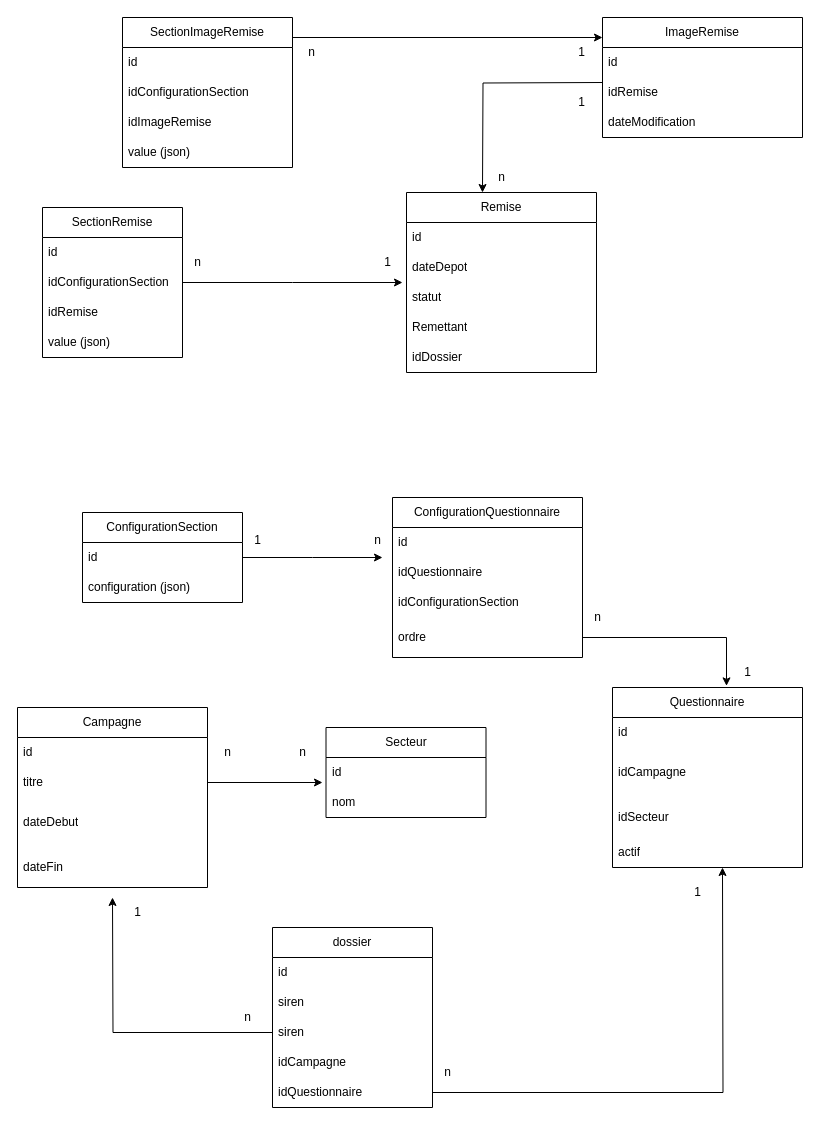
This is MPD-REM-DOS.drawio from hamzabelk/conception, a draw.io file, before an edit. Source tidied: cells renumbered, new cells numbered last; positions are measured from the earlier drawing's top-left corner, leaving out a move shared by most shapes. Both pictures are drawn from the tidied source at 100%, with x=0, y=0 at pixel (17, 17).
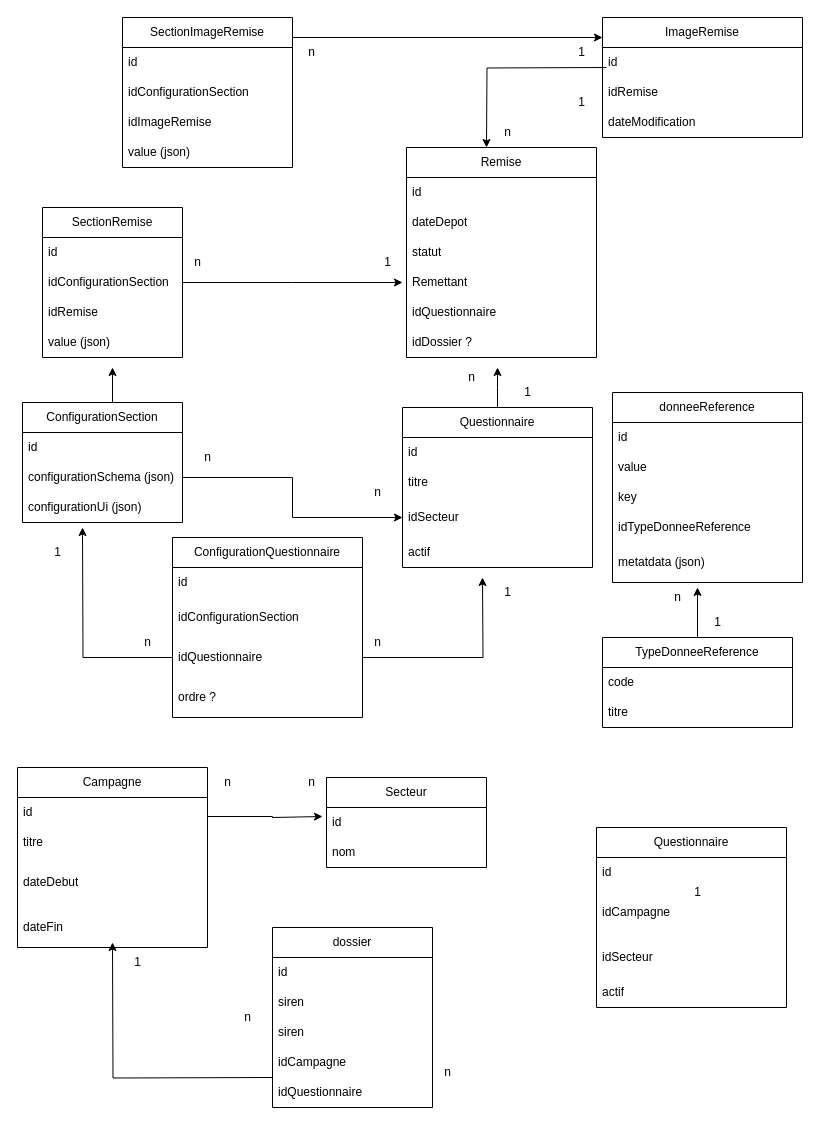
After the change.

Unchanged cells that the change refers to:
```xml
<mxCell id="15" value="id" style="text;strokeColor=none;fillColor=none;align=left;verticalAlign=middle;spacingLeft=4;spacingRight=4;overflow=hidden;points=[[0,0.5],[1,0.5]];portConstraint=eastwest;whiteSpace=wrap;html=1;" parent="13" vertex="1">
  <mxGeometry y="30" width="160" height="30" as="geometry" />
</mxCell>
<mxCell id="31" value="titre" style="text;strokeColor=none;fillColor=none;align=left;verticalAlign=middle;spacingLeft=4;spacingRight=4;overflow=hidden;points=[[0,0.5],[1,0.5]];portConstraint=eastwest;whiteSpace=wrap;html=1;" parent="28" vertex="1">
  <mxGeometry y="60" width="190" height="30" as="geometry" />
</mxCell>
<mxCell id="49" value="dossier" style="swimlane;fontStyle=0;horizontal=1;startSize=30;whiteSpace=wrap;html=1;" parent="1" vertex="1">
  <mxGeometry x="255" y="910" width="160" height="180" as="geometry" />
</mxCell>
<mxCell id="53" value="&lt;div&gt;&lt;div&gt;siren&lt;/div&gt;&lt;/div&gt;" style="text;strokeColor=none;fillColor=none;align=left;verticalAlign=middle;spacingLeft=4;spacingRight=4;overflow=hidden;points=[[0,0.5],[1,0.5]];portConstraint=eastwest;whiteSpace=wrap;html=1;" parent="49" vertex="1">
  <mxGeometry y="90" width="160" height="30" as="geometry" />
</mxCell>
<mxCell id="56" value="&lt;div&gt;&lt;div&gt;idQuestionnaire&lt;/div&gt;&lt;/div&gt;" style="text;strokeColor=none;fillColor=none;align=left;verticalAlign=middle;spacingLeft=4;spacingRight=4;overflow=hidden;points=[[0,0.5],[1,0.5]];portConstraint=eastwest;whiteSpace=wrap;html=1;" parent="49" vertex="1">
  <mxGeometry y="150" width="160" height="30" as="geometry" />
</mxCell>
```

Change to the diagram source:
```diff
@@
     <mxCell id="2" value="Remise" style="swimlane;fontStyle=0;horizontal=1;startSize=30;whiteSpace=wrap;html=1;" parent="1" vertex="1">
-      <mxGeometry x="389" y="175" width="190" height="180" as="geometry" />
+      <mxGeometry x="389" y="130" width="190" height="210" as="geometry" />
     </mxCell>
@@
+    <mxCell id="73" value="idQuestionnaire" style="text;strokeColor=none;fillColor=none;align=left;verticalAlign=middle;spacingLeft=4;spacingRight=4;overflow=hidden;whiteSpace=wrap;html=1;" parent="2" vertex="1">
+      <mxGeometry y="150" width="190" height="30" as="geometry" />
+    </mxCell>
-    <mxCell id="7" value="idDossier" style="text;strokeColor=none;fillColor=none;align=left;verticalAlign=middle;spacingLeft=4;spacingRight=4;overflow=hidden;whiteSpace=wrap;html=1;" parent="2" vertex="1">
-      <mxGeometry y="150" width="190" height="30" as="geometry" />
+    <mxCell id="7" value="idDossier ?" style="text;strokeColor=none;fillColor=none;align=left;verticalAlign=middle;spacingLeft=4;spacingRight=4;overflow=hidden;whiteSpace=wrap;html=1;" parent="2" vertex="1">
+      <mxGeometry y="180" width="190" height="30" as="geometry" />
     </mxCell>
     <mxCell id="8" value="Questionnaire" style="swimlane;fontStyle=0;horizontal=1;startSize=30;whiteSpace=wrap;html=1;" parent="1" vertex="1">
-      <mxGeometry x="595" y="670" width="190" height="180" as="geometry" />
+      <mxGeometry x="579" y="810" width="190" height="180" as="geometry" />
     </mxCell>
@@
+    <mxCell id="74" style="edgeStyle=orthogonalEdgeStyle;rounded=0;jettySize=auto;html=1;exitX=0.5;exitY=0;exitDx=0;exitDy=0;" parent="1" edge="1" source="13">
+      <mxGeometry relative="1" as="geometry">
+        <mxPoint x="95" y="350" as="targetPoint" />
+      </mxGeometry>
+    </mxCell>
     <mxCell id="13" value="ConfigurationSection" style="swimlane;fontStyle=0;horizontal=1;startSize=30;whiteSpace=wrap;html=1;" parent="1" vertex="1">
-      <mxGeometry x="65" y="495" width="160" height="90" as="geometry" />
+      <mxGeometry x="5" y="385" width="160" height="120" as="geometry" />
     </mxCell>
-    <mxCell id="14" style="edgeStyle=orthogonalEdgeStyle;rounded=0;jettySize=auto;html=1;" parent="13" edge="1" source="15">
-      <mxGeometry relative="1" as="geometry">
-        <mxPoint x="300" y="45" as="targetPoint" />
-      </mxGeometry>
-    </mxCell>
@@
+    <mxCell id="75" value="configurationSchema (json)" style="text;strokeColor=none;fillColor=none;align=left;verticalAlign=middle;spacingLeft=4;spacingRight=4;overflow=hidden;points=[[0,0.5],[1,0.5]];portConstraint=eastwest;whiteSpace=wrap;html=1;" parent="13" vertex="1">
+      <mxGeometry y="60" width="160" height="30" as="geometry" />
+    </mxCell>
-    <mxCell id="16" value="configuration (json)" style="text;strokeColor=none;fillColor=none;align=left;verticalAlign=middle;spacingLeft=4;spacingRight=4;overflow=hidden;whiteSpace=wrap;html=1;" parent="13" vertex="1">
-      <mxGeometry y="60" width="160" height="30" as="geometry" />
+    <mxCell id="16" value="configurationUi (json)" style="text;strokeColor=none;fillColor=none;align=left;verticalAlign=middle;spacingLeft=4;spacingRight=4;overflow=hidden;whiteSpace=wrap;html=1;" parent="13" vertex="1">
+      <mxGeometry y="90" width="160" height="30" as="geometry" />
     </mxCell>
@@
     <mxCell id="23" style="edgeStyle=orthogonalEdgeStyle;rounded=0;orthogonalLoop=1;jettySize=auto;html=1;" parent="1" edge="1">
       <mxGeometry relative="1" as="geometry">
-        <mxPoint x="585" y="65" as="sourcePoint" />
-        <mxPoint x="465" y="175" as="targetPoint" />
+        <mxPoint x="589" y="50" as="sourcePoint" />
+        <mxPoint x="469" y="130" as="targetPoint" />
       </mxGeometry>
     </mxCell>
@@
     <mxCell id="28" value="Campagne" style="swimlane;fontStyle=0;horizontal=1;startSize=30;whiteSpace=wrap;html=1;" parent="1" vertex="1">
-      <mxGeometry y="690" width="190" height="180" as="geometry" />
+      <mxGeometry y="750" width="190" height="180" as="geometry" />
     </mxCell>
@@
-    <mxCell id="30" style="edgeStyle=orthogonalEdgeStyle;rounded=0;jettySize=auto;html=1;" parent="28" edge="1" source="31">
-      <mxGeometry relative="1" as="geometry">
-        <mxPoint x="305" y="75" as="targetPoint" />
-      </mxGeometry>
-    </mxCell>
@@
     <mxCell id="34" value="Secteur" style="swimlane;fontStyle=0;horizontal=1;startSize=30;whiteSpace=wrap;html=1;" parent="1" vertex="1">
-      <mxGeometry x="308.5" y="710" width="160" height="90" as="geometry" />
+      <mxGeometry x="309" y="760" width="160" height="90" as="geometry" />
     </mxCell>
@@
     <mxCell id="37" value="ConfigurationQuestionnaire" style="swimlane;fontStyle=0;horizontal=1;startSize=30;whiteSpace=wrap;html=1;" parent="1" vertex="1">
-      <mxGeometry x="375" y="480" width="190" height="160" as="geometry" />
+      <mxGeometry x="155" y="520" width="190" height="180" as="geometry" />
     </mxCell>
@@
-    <mxCell id="39" value="idQuestionnaire" style="text;strokeColor=none;fillColor=none;align=left;verticalAlign=middle;spacingLeft=4;spacingRight=4;overflow=hidden;whiteSpace=wrap;html=1;" parent="37" vertex="1">
-      <mxGeometry y="60" width="190" height="30" as="geometry" />
-    </mxCell>
     <mxCell id="40" value="idConfigurationSection" style="text;strokeColor=none;fillColor=none;align=left;verticalAlign=middle;spacingLeft=4;spacingRight=4;overflow=hidden;whiteSpace=wrap;html=1;" parent="37" vertex="1">
-      <mxGeometry y="90" width="190" height="30" as="geometry" />
+      <mxGeometry y="60" width="190" height="40" as="geometry" />
     </mxCell>
+    <mxCell id="76" style="edgeStyle=orthogonalEdgeStyle;rounded=0;jettySize=auto;html=1;" parent="37" edge="1" source="78">
+      <mxGeometry relative="1" as="geometry">
+        <mxPoint x="310" y="40" as="targetPoint" />
+      </mxGeometry>
+    </mxCell>
+    <mxCell id="77" style="edgeStyle=orthogonalEdgeStyle;rounded=0;jettySize=auto;html=1;" parent="37" edge="1" source="78">
+      <mxGeometry relative="1" as="geometry">
+        <mxPoint x="-90" y="-10" as="targetPoint" />
+      </mxGeometry>
+    </mxCell>
+    <mxCell id="78" value="idQuestionnaire" style="text;strokeColor=none;fillColor=none;align=left;verticalAlign=middle;spacingLeft=4;spacingRight=4;overflow=hidden;points=[[0,0.5],[1,0.5]];portConstraint=eastwest;whiteSpace=wrap;html=1;" parent="37" vertex="1">
+      <mxGeometry y="100" width="190" height="40" as="geometry" />
+    </mxCell>
-    <mxCell id="41" value="ordre" style="text;strokeColor=none;fillColor=none;align=left;verticalAlign=middle;spacingLeft=4;spacingRight=4;overflow=hidden;points=[[0,0.5],[1,0.5]];portConstraint=eastwest;whiteSpace=wrap;html=1;" parent="37" vertex="1">
-      <mxGeometry y="120" width="190" height="40" as="geometry" />
+    <mxCell id="41" value="ordre ?" style="text;strokeColor=none;fillColor=none;align=left;verticalAlign=middle;spacingLeft=4;spacingRight=4;overflow=hidden;points=[[0,0.5],[1,0.5]];portConstraint=eastwest;whiteSpace=wrap;html=1;" parent="37" vertex="1">
+      <mxGeometry y="140" width="190" height="40" as="geometry" />
     </mxCell>
-    <mxCell id="42" value="1" style="text;html=1;align=center;verticalAlign=middle;strokeColor=none;fillColor=none;" parent="1" vertex="1">
-      <mxGeometry x="225" y="508" width="30" height="30" as="geometry" />
-    </mxCell>
-    <mxCell id="43" value="n" style="text;html=1;align=center;verticalAlign=middle;strokeColor=none;fillColor=none;" parent="1" vertex="1">
-      <mxGeometry x="345" y="508" width="30" height="30" as="geometry" />
-    </mxCell>
-    <mxCell id="44" style="edgeStyle=orthogonalEdgeStyle;rounded=0;jettySize=auto;html=1;entryX=0.6;entryY=-0.009;entryDx=0;entryDy=0;entryPerimeter=0;" parent="1" edge="1" source="41" target="8">
-      <mxGeometry relative="1" as="geometry" />
-    </mxCell>
-    <mxCell id="45" value="n" style="text;html=1;align=center;verticalAlign=middle;strokeColor=none;fillColor=none;" parent="1" vertex="1">
-      <mxGeometry x="565" y="585" width="30" height="30" as="geometry" />
-    </mxCell>
-    <mxCell id="46" value="1" style="text;html=1;align=center;verticalAlign=middle;strokeColor=none;fillColor=none;" parent="1" vertex="1">
-      <mxGeometry x="715" y="640" width="30" height="30" as="geometry" />
-    </mxCell>
     <mxCell id="47" value="n" style="text;html=1;align=center;verticalAlign=middle;strokeColor=none;fillColor=none;" parent="1" vertex="1">
-      <mxGeometry x="270" y="720" width="30" height="30" as="geometry" />
+      <mxGeometry x="278.5" y="750" width="30" height="30" as="geometry" />
     </mxCell>
     <mxCell id="48" value="n" style="text;html=1;align=center;verticalAlign=middle;strokeColor=none;fillColor=none;" parent="1" vertex="1">
-      <mxGeometry x="195" y="720" width="30" height="30" as="geometry" />
+      <mxGeometry x="195" y="750" width="30" height="30" as="geometry" />
     </mxCell>
@@
-    <mxCell id="52" style="edgeStyle=orthogonalEdgeStyle;rounded=0;jettySize=auto;html=1;" parent="49" edge="1" source="53">
-      <mxGeometry relative="1" as="geometry">
-        <mxPoint x="-160" y="-30" as="targetPoint" />
-      </mxGeometry>
-    </mxCell>
@@
-    <mxCell id="54" style="edgeStyle=orthogonalEdgeStyle;rounded=0;jettySize=auto;html=1;" parent="49" edge="1" source="56">
-      <mxGeometry relative="1" as="geometry">
-        <mxPoint x="450" y="-60" as="targetPoint" />
-      </mxGeometry>
-    </mxCell>
@@
     <mxCell id="60" value="1" style="text;html=1;align=center;verticalAlign=middle;strokeColor=none;fillColor=none;" parent="1" vertex="1">
-      <mxGeometry x="105" y="880" width="30" height="30" as="geometry" />
+      <mxGeometry x="105" y="930" width="30" height="30" as="geometry" />
     </mxCell>
@@
-    <mxCell id="64" value="n" style="text;html=1;align=center;verticalAlign=middle;strokeColor=none;fillColor=none;" parent="1" vertex="1">
-      <mxGeometry x="469" y="145" width="30" height="30" as="geometry" />
-    </mxCell>
@@
+    <mxCell id="79" value="n" style="text;html=1;align=center;verticalAlign=middle;strokeColor=none;fillColor=none;" parent="1" vertex="1">
+      <mxGeometry x="345" y="460" width="30" height="30" as="geometry" />
+    </mxCell>
+    <mxCell id="80" style="edgeStyle=orthogonalEdgeStyle;rounded=0;jettySize=auto;html=1;" parent="1" edge="1" source="81">
+      <mxGeometry relative="1" as="geometry">
+        <mxPoint x="480" y="350" as="targetPoint" />
+      </mxGeometry>
+    </mxCell>
+    <mxCell id="81" value="Questionnaire" style="swimlane;fontStyle=0;horizontal=1;startSize=30;whiteSpace=wrap;html=1;" parent="1" vertex="1">
+      <mxGeometry x="385" y="390" width="190" height="160" as="geometry" />
+    </mxCell>
+    <mxCell id="82" value="id" style="text;strokeColor=none;fillColor=none;align=left;verticalAlign=middle;spacingLeft=4;spacingRight=4;overflow=hidden;whiteSpace=wrap;html=1;" parent="81" vertex="1">
+      <mxGeometry y="30" width="190" height="30" as="geometry" />
+    </mxCell>
+    <mxCell id="83" value="titre" style="text;strokeColor=none;fillColor=none;align=left;verticalAlign=middle;spacingLeft=4;spacingRight=4;overflow=hidden;whiteSpace=wrap;html=1;" parent="81" vertex="1">
+      <mxGeometry y="60" width="190" height="30" as="geometry" />
+    </mxCell>
+    <mxCell id="84" value="idSecteur" style="text;strokeColor=none;fillColor=none;align=left;verticalAlign=middle;spacingLeft=4;spacingRight=4;overflow=hidden;points=[[0,0.5],[1,0.5]];portConstraint=eastwest;whiteSpace=wrap;html=1;" parent="81" vertex="1">
+      <mxGeometry y="90" width="190" height="40" as="geometry" />
+    </mxCell>
+    <mxCell id="85" value="actif" style="text;strokeColor=none;fillColor=none;align=left;verticalAlign=middle;spacingLeft=4;spacingRight=4;overflow=hidden;whiteSpace=wrap;html=1;" parent="81" vertex="1">
+      <mxGeometry y="130" width="190" height="30" as="geometry" />
+    </mxCell>
+    <mxCell id="86" style="edgeStyle=orthogonalEdgeStyle;rounded=0;jettySize=auto;html=1;entryX=0;entryY=0.5;entryDx=0;entryDy=0;" parent="1" edge="1" source="75" target="84">
+      <mxGeometry relative="1" as="geometry" />
+    </mxCell>
+    <mxCell id="87" value="n" style="text;html=1;align=center;verticalAlign=middle;strokeColor=none;fillColor=none;" parent="1" vertex="1">
+      <mxGeometry x="175" y="425" width="30" height="30" as="geometry" />
+    </mxCell>
+    <mxCell id="88" value="donneeReference" style="swimlane;fontStyle=0;horizontal=1;startSize=30;whiteSpace=wrap;html=1;" parent="1" vertex="1">
+      <mxGeometry x="595" y="375" width="190" height="190" as="geometry" />
+    </mxCell>
+    <mxCell id="89" value="id" style="text;strokeColor=none;fillColor=none;align=left;verticalAlign=middle;spacingLeft=4;spacingRight=4;overflow=hidden;whiteSpace=wrap;html=1;" parent="88" vertex="1">
+      <mxGeometry y="30" width="190" height="30" as="geometry" />
+    </mxCell>
+    <mxCell id="90" value="value" style="text;strokeColor=none;fillColor=none;align=left;verticalAlign=middle;spacingLeft=4;spacingRight=4;overflow=hidden;whiteSpace=wrap;html=1;" parent="88" vertex="1">
+      <mxGeometry y="60" width="190" height="30" as="geometry" />
+    </mxCell>
+    <mxCell id="91" value="key" style="text;strokeColor=none;fillColor=none;align=left;verticalAlign=middle;spacingLeft=4;spacingRight=4;overflow=hidden;whiteSpace=wrap;html=1;" parent="88" vertex="1">
+      <mxGeometry y="90" width="190" height="30" as="geometry" />
+    </mxCell>
+    <mxCell id="92" value="idTypeDonneeReference" style="text;strokeColor=none;fillColor=none;align=left;verticalAlign=middle;spacingLeft=4;spacingRight=4;overflow=hidden;whiteSpace=wrap;html=1;" parent="88" vertex="1">
+      <mxGeometry y="120" width="190" height="30" as="geometry" />
+    </mxCell>
+    <mxCell id="93" value="metatdata (json)" style="text;strokeColor=none;fillColor=none;align=left;verticalAlign=middle;spacingLeft=4;spacingRight=4;overflow=hidden;whiteSpace=wrap;html=1;" parent="88" vertex="1">
+      <mxGeometry y="150" width="190" height="40" as="geometry" />
+    </mxCell>
+    <mxCell id="94" style="edgeStyle=orthogonalEdgeStyle;rounded=0;jettySize=auto;html=1;" parent="1" edge="1" source="95">
+      <mxGeometry relative="1" as="geometry">
+        <mxPoint x="680" y="570" as="targetPoint" />
+      </mxGeometry>
+    </mxCell>
+    <mxCell id="95" value="TypeDonneeReference" style="swimlane;fontStyle=0;horizontal=1;startSize=30;whiteSpace=wrap;html=1;" parent="1" vertex="1">
+      <mxGeometry x="585" y="620" width="190" height="90" as="geometry" />
+    </mxCell>
+    <mxCell id="96" value="code" style="text;strokeColor=none;fillColor=none;align=left;verticalAlign=middle;spacingLeft=4;spacingRight=4;overflow=hidden;whiteSpace=wrap;html=1;" parent="95" vertex="1">
+      <mxGeometry y="30" width="190" height="30" as="geometry" />
+    </mxCell>
+    <mxCell id="97" value="titre" style="text;strokeColor=none;fillColor=none;align=left;verticalAlign=middle;spacingLeft=4;spacingRight=4;overflow=hidden;whiteSpace=wrap;html=1;" parent="95" vertex="1">
+      <mxGeometry y="60" width="190" height="30" as="geometry" />
+    </mxCell>
+    <mxCell id="30" style="edgeStyle=orthogonalEdgeStyle;rounded=0;orthogonalLoop=1;jettySize=auto;html=1;" parent="1" edge="1">
+      <mxGeometry relative="1" as="geometry">
+        <mxPoint x="190" y="799" as="sourcePoint" />
+        <mxPoint x="305" y="799" as="targetPoint" />
+        <Array as="points">
+          <mxPoint x="255" y="799" />
+          <mxPoint x="255" y="800" />
+        </Array>
+      </mxGeometry>
+    </mxCell>
+    <mxCell id="52" style="edgeStyle=orthogonalEdgeStyle;rounded=0;orthogonalLoop=1;jettySize=auto;html=1;" parent="1" edge="1">
+      <mxGeometry relative="1" as="geometry">
+        <mxPoint x="255" y="1060" as="sourcePoint" />
+        <mxPoint x="95" y="925" as="targetPoint" />
+      </mxGeometry>
+    </mxCell>
+    <mxCell id="98" value="n" style="text;html=1;align=center;verticalAlign=middle;strokeColor=none;fillColor=none;" parent="1" vertex="1">
+      <mxGeometry x="645" y="565" width="30" height="30" as="geometry" />
+    </mxCell>
+    <mxCell id="99" value="1" style="text;html=1;align=center;verticalAlign=middle;strokeColor=none;fillColor=none;" parent="1" vertex="1">
+      <mxGeometry x="685" y="590" width="30" height="30" as="geometry" />
+    </mxCell>
+    <mxCell id="100" value="n" style="text;html=1;align=center;verticalAlign=middle;strokeColor=none;fillColor=none;" parent="1" vertex="1">
+      <mxGeometry x="439" y="345" width="30" height="30" as="geometry" />
+    </mxCell>
+    <mxCell id="101" value="1" style="text;html=1;align=center;verticalAlign=middle;strokeColor=none;fillColor=none;" parent="1" vertex="1">
+      <mxGeometry x="495" y="360" width="30" height="30" as="geometry" />
+    </mxCell>
+    <mxCell id="102" value="n" style="text;html=1;align=center;verticalAlign=middle;strokeColor=none;fillColor=none;" parent="1" vertex="1">
+      <mxGeometry x="475" y="100" width="30" height="30" as="geometry" />
+    </mxCell>
+    <mxCell id="103" value="1" style="text;html=1;align=center;verticalAlign=middle;strokeColor=none;fillColor=none;" parent="1" vertex="1">
+      <mxGeometry x="25" y="520" width="30" height="30" as="geometry" />
+    </mxCell>
+    <mxCell id="104" value="n" style="text;html=1;align=center;verticalAlign=middle;strokeColor=none;fillColor=none;" parent="1" vertex="1">
+      <mxGeometry x="115" y="610" width="30" height="30" as="geometry" />
+    </mxCell>
+    <mxCell id="105" value="n" style="text;html=1;align=center;verticalAlign=middle;strokeColor=none;fillColor=none;" parent="1" vertex="1">
+      <mxGeometry x="345" y="610" width="30" height="30" as="geometry" />
+    </mxCell>
+    <mxCell id="106" value="1" style="text;html=1;align=center;verticalAlign=middle;strokeColor=none;fillColor=none;" parent="1" vertex="1">
+      <mxGeometry x="475" y="560" width="30" height="30" as="geometry" />
+    </mxCell>
```
